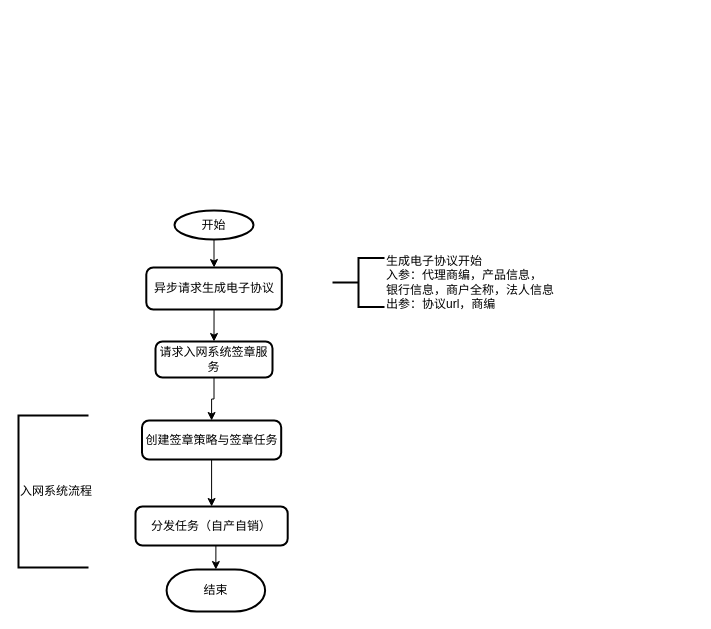
fengyong7723131/work keeps this draw.io diagram as page "第 1 页" (1 of 3) of 接收电子签章回调.drawio. Above is the earlier version. Source tidied: cells renumbered, new cells numbered last; positions are measured from the earlier drawing's top-left corner, leaving out a move shared by most shapes. Both pictures are drawn from the tidied source at 100%, with x=0, y=0 at pixel (18, 210).
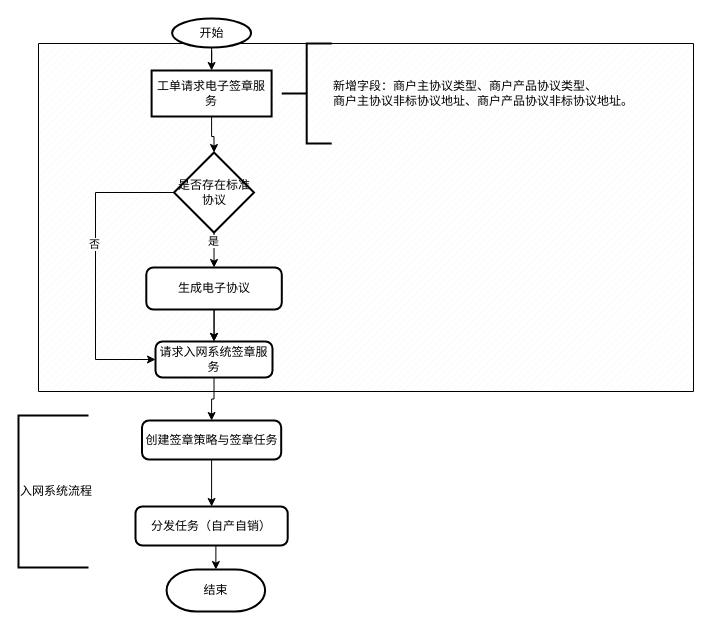
Above is the later version.

The change refers to these unchanged cells:
```xml
<mxCell id="13" value="请求入网系统签章服务" style="rounded=1;whiteSpace=wrap;html=1;absoluteArcSize=1;arcSize=14;strokeWidth=2;" parent="1" vertex="1">
  <mxGeometry x="137" y="131" width="117" height="36" as="geometry" />
</mxCell>
```

Diff of the diagram source:
```diff
@@
-    <mxCell id="2" style="edgeStyle=orthogonalEdgeStyle;rounded=0;jettySize=auto;html=1;exitX=0.5;exitY=1;exitDx=0;exitDy=0;exitPerimeter=0;" parent="1" edge="1" source="3" target="5">
-      <mxGeometry relative="1" as="geometry" />
-    </mxCell>
+    <mxCell id="15" style="verticalLabelPosition=bottom;verticalAlign=top;html=1;shape=mxgraph.basic.patternFillRect;fillStyle=diag;step=5;fillStrokeWidth=0.2;fillStrokeColor=#dddddd;" parent="1" vertex="1">
+      <mxGeometry x="20" y="-167" width="655" height="348" as="geometry" />
+    </mxCell>
+    <mxCell id="16" style="edgeStyle=orthogonalEdgeStyle;rounded=0;jettySize=auto;html=1;" parent="1" edge="1" source="3" target="19">
+      <mxGeometry relative="1" as="geometry" />
+    </mxCell>
     <mxCell id="3" value="开始" style="strokeWidth=2;html=1;shape=mxgraph.flowchart.start_1;whiteSpace=wrap;" parent="1" vertex="1">
-      <mxGeometry x="156" width="79" height="29" as="geometry" />
+      <mxGeometry x="153.6" y="-192" width="79" height="29" as="geometry" />
     </mxCell>
@@
+    <mxCell id="17" style="edgeStyle=orthogonalEdgeStyle;rounded=0;jettySize=auto;html=1;" parent="1" edge="1" source="5" target="13">
+      <mxGeometry relative="1" as="geometry" />
+    </mxCell>
-    <mxCell id="5" value="异步请求生成电子协议" style="rounded=1;whiteSpace=wrap;html=1;absoluteArcSize=1;arcSize=14;strokeWidth=2;" parent="1" vertex="1">
+    <mxCell id="5" value="生成电子协议" style="rounded=1;whiteSpace=wrap;html=1;absoluteArcSize=1;arcSize=14;strokeWidth=2;" parent="1" vertex="1">
       <mxGeometry x="127.8" y="57" width="135.5" height="42" as="geometry" />
     </mxCell>
-    <mxCell id="6" value="生成电子协议开始&lt;br&gt;入参：代理商编，产品信息，&lt;br&gt;银行信息，商户全称，法人信息&lt;br&gt;出参：协议url，商编" style="strokeWidth=2;html=1;shape=mxgraph.flowchart.annotation_2;align=left;labelPosition=right;" parent="1" vertex="1">
-      <mxGeometry x="314" y="47.5" width="52" height="49" as="geometry" />
-    </mxCell>
@@
+    <mxCell id="18" style="edgeStyle=orthogonalEdgeStyle;rounded=0;jettySize=auto;html=1;" parent="1" edge="1" source="19" target="25">
+      <mxGeometry relative="1" as="geometry" />
+    </mxCell>
+    <mxCell id="19" value="工单请求电子签章服务" style="whiteSpace=wrap;html=1;strokeWidth=2;" parent="1" vertex="1">
+      <mxGeometry x="133.1" y="-140" width="120" height="46" as="geometry" />
+    </mxCell>
+    <mxCell id="20" value="新增字段：商户主协议类型、商户产品协议类型、&lt;br&gt;商户主协议非标协议地址、商户产品协议非标协议地址。" style="strokeWidth=2;html=1;shape=mxgraph.flowchart.annotation_2;align=left;labelPosition=right;" parent="1" vertex="1">
+      <mxGeometry x="263.2" y="-167" width="50" height="100" as="geometry" />
+    </mxCell>
+    <mxCell id="21" style="edgeStyle=orthogonalEdgeStyle;rounded=0;jettySize=auto;html=1;exitX=0.5;exitY=1;exitDx=0;exitDy=0;entryX=0.5;entryY=0;entryDx=0;entryDy=0;" parent="1" edge="1" source="25" target="5">
+      <mxGeometry relative="1" as="geometry" />
+    </mxCell>
+    <mxCell id="22" value="是" style="edgeLabel;html=1;align=center;verticalAlign=middle;" parent="21" vertex="1">
+      <mxGeometry x="0.03" y="-10" relative="1" as="geometry">
+        <mxPoint x="9" y="-10" as="offset" />
+      </mxGeometry>
+    </mxCell>
+    <mxCell id="23" style="edgeStyle=orthogonalEdgeStyle;rounded=0;jettySize=auto;html=1;exitX=0;exitY=0.5;exitDx=0;exitDy=0;entryX=0;entryY=0.5;entryDx=0;entryDy=0;" parent="1" edge="1" source="25" target="13">
+      <mxGeometry relative="1" as="geometry">
+        <Array as="points">
+          <mxPoint x="77" y="-18" />
+          <mxPoint x="77" y="149" />
+        </Array>
+      </mxGeometry>
+    </mxCell>
+    <mxCell id="24" value="否" style="edgeLabel;html=1;align=center;verticalAlign=middle;" parent="23" vertex="1">
+      <mxGeometry x="-0.15" y="-2" relative="1" as="geometry" />
+    </mxCell>
+    <mxCell id="25" value="是否存在标准协议" style="rhombus;whiteSpace=wrap;html=1;strokeWidth=2;" parent="1" vertex="1">
+      <mxGeometry x="155.5" y="-58" width="80" height="80" as="geometry" />
+    </mxCell>
```
